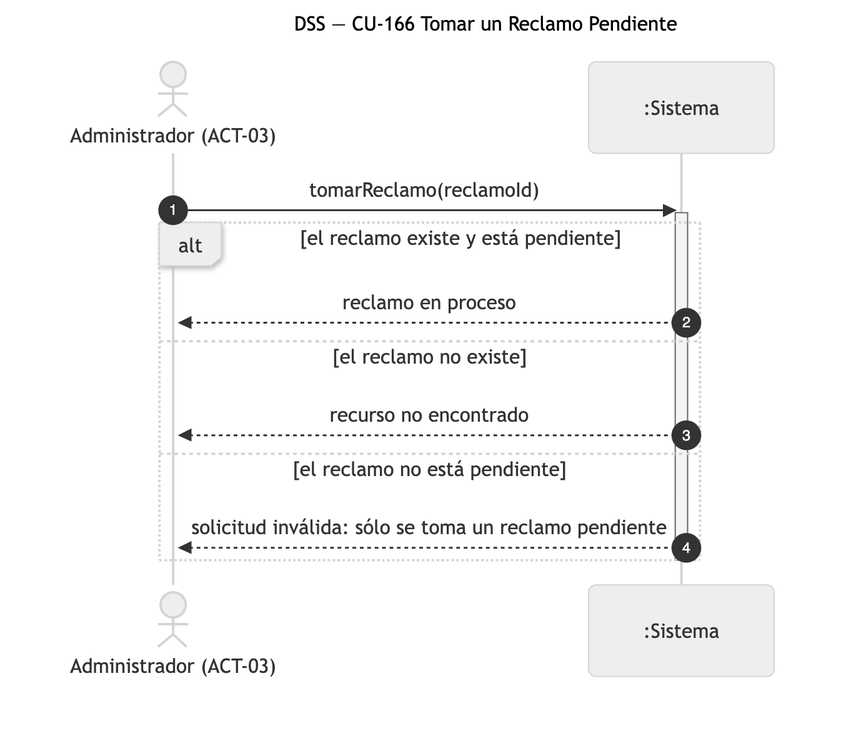
Nahuelito-Dev/splg-docs keeps this Mermaid diagram as diagramas/png/DSS_CU-166_Tomar-un-Reclamo-Pendiente.png. Above is the earlier version. Its source is kept beside it as diagramas/DSS_CU-166_Tomar-un-Reclamo-Pendiente.mmd.
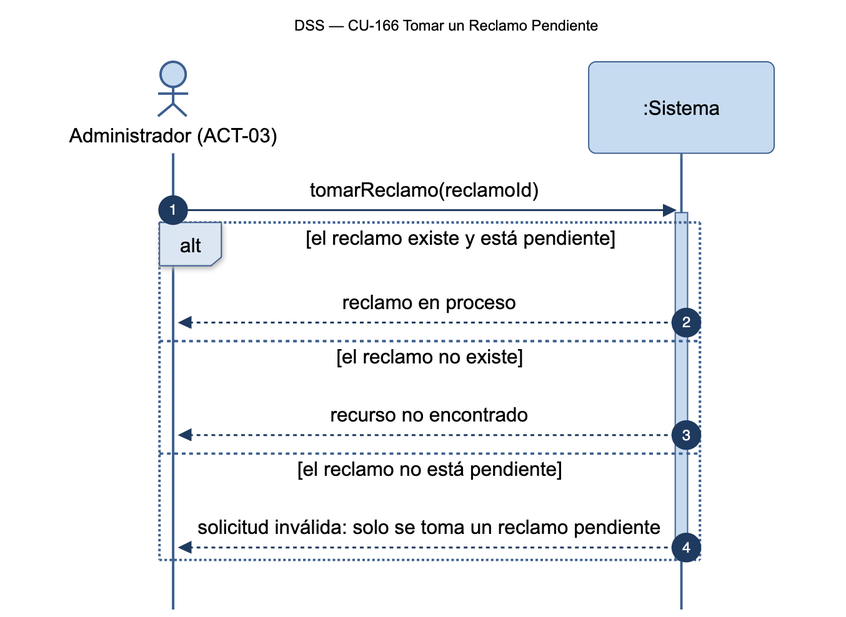
The same diagram one commit later.

What changed in the source:
```diff
@@ -11,6 +11,6 @@
     else el reclamo no existe
         SIS-->>ADM: recurso no encontrado
     else el reclamo no está pendiente
-        SIS-->>ADM: solicitud inválida: sólo se toma un reclamo pendiente
+        SIS-->>ADM: solicitud inválida: solo se toma un reclamo pendiente
     end
     deactivate SIS
```
